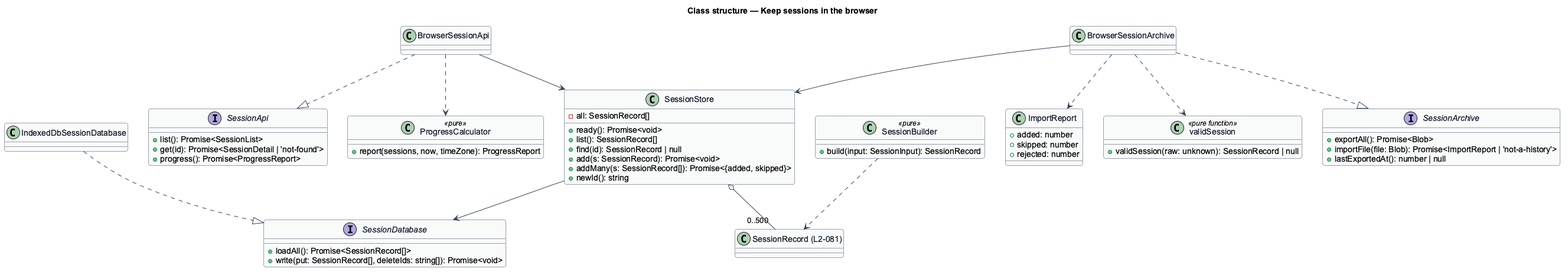
The PlantUML diagram docs/detailed-designs/browser-edition/keep-sessions-in-browser/diagrams/class-structure.png in QuinntyneBrown/ride-one, before a commit.
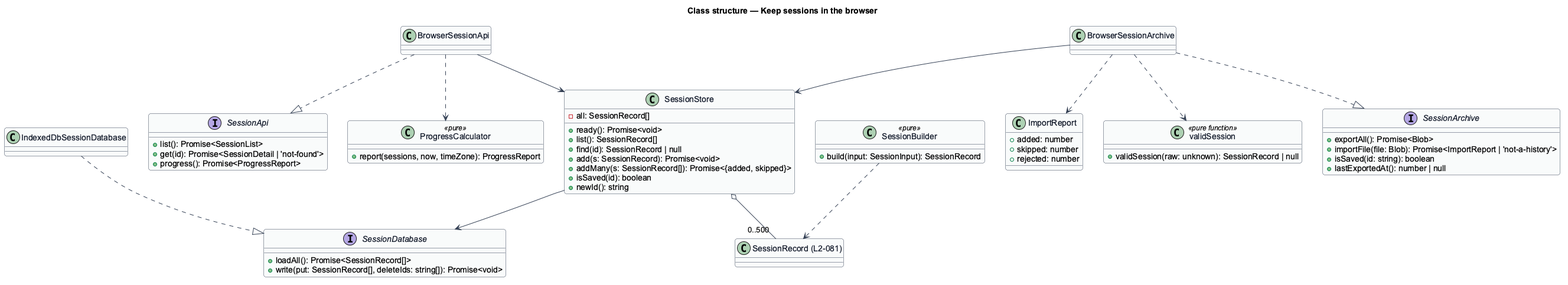
After the commit.

The edit, as a diff of the source:
```diff
@@ -23,6 +23,7 @@
   +find(id): SessionRecord | null
   +add(s: SessionRecord): Promise<void>
   +addMany(s: SessionRecord[]): Promise<{added, skipped}>
+  +isSaved(id): boolean
   +newId(): string
 }
 class SessionBuilder <<pure>> {
@@ -42,6 +43,7 @@
 interface SessionArchive {
   +exportAll(): Promise<Blob>
   +importFile(file: Blob): Promise<ImportReport | 'not-a-history'>
+  +isSaved(id: string): boolean
   +lastExportedAt(): number | null
 }
 class ImportReport {
```
